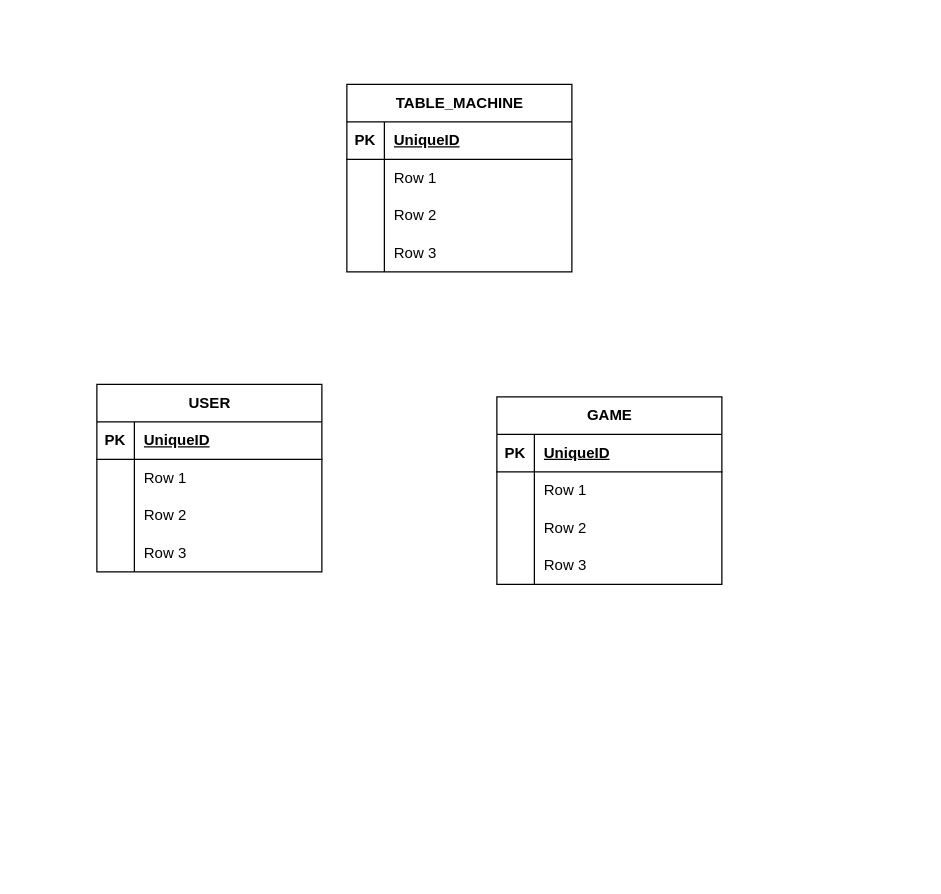
Before: docs/CasinoDB.drawio in drussillo/CasinoDB, a draw.io diagram. Source tidied: cells renumbered, new cells numbered last; positions are measured from the earlier drawing's top-left corner, leaving out a move shared by most shapes. Both pictures are drawn from the tidied source at 125%, with x=0, y=0 at pixel (96, 84).
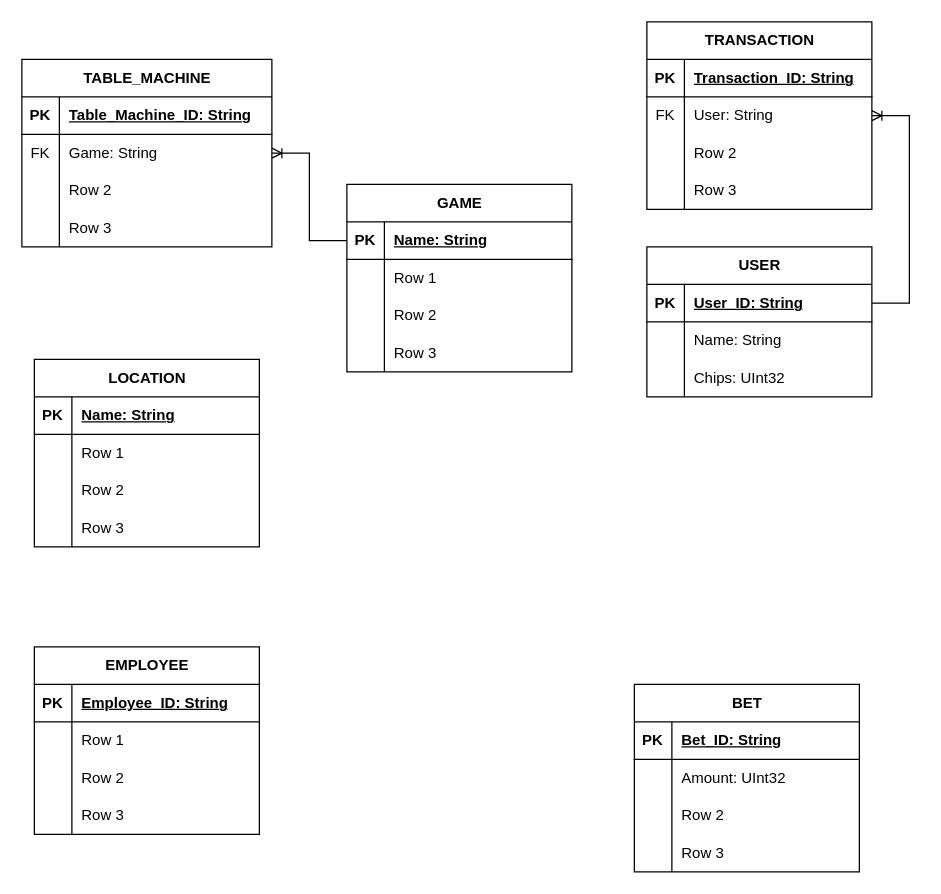
The same diagram, later.

Unchanged cells that the change refers to:
```xml
<mxCell id="3" style="shape=tableRow;horizontal=0;startSize=0;swimlaneHead=0;swimlaneBody=0;fillColor=none;points=[[0,0.5],[1,0.5]];portConstraint=eastwest;top=0;left=0;right=0;bottom=1;" parent="2" vertex="1">
  <mxGeometry y="30" width="180" height="30" as="geometry" />
</mxCell>
<mxCell id="6" style="shape=tableRow;horizontal=0;startSize=0;swimlaneHead=0;swimlaneBody=0;fillColor=none;top=0;left=0;right=0;bottom=0;" parent="2" vertex="1">
  <mxGeometry y="60" width="180" height="30" as="geometry" />
</mxCell>
<mxCell id="9" style="shape=tableRow;horizontal=0;startSize=0;swimlaneHead=0;swimlaneBody=0;fillColor=none;top=0;left=0;right=0;bottom=0;" parent="2" vertex="1">
  <mxGeometry y="90" width="180" height="30" as="geometry" />
</mxCell>
<mxCell id="16" style="shape=tableRow;horizontal=0;startSize=0;swimlaneHead=0;swimlaneBody=0;fillColor=none;points=[[0,0.5],[1,0.5]];portConstraint=eastwest;top=0;left=0;right=0;bottom=1;" parent="15" vertex="1">
  <mxGeometry y="30" width="180" height="30" as="geometry" />
</mxCell>
```

The edit, as a diff of the source:
```diff
@@
     <mxCell id="2" value="USER" style="shape=table;startSize=30;childLayout=tableLayout;rowLines=0;fontStyle=1;align=center;html=1;" parent="1" vertex="1">
-      <mxGeometry y="240" width="180" height="150" as="geometry" />
+      <mxGeometry x="440" y="130" width="180" height="120" as="geometry" />
     </mxCell>
@@
-    <mxCell id="5" value="UniqueID" style="shape=partialRectangle;fillColor=none;top=0;left=0;bottom=0;right=0;align=left;spacingLeft=6;fontStyle=5;overflow=hidden;whiteSpace=wrap;html=1;" parent="3" vertex="1">
+    <mxCell id="5" value="User_ID: String" style="shape=partialRectangle;fillColor=none;top=0;left=0;bottom=0;right=0;align=left;spacingLeft=6;fontStyle=5;overflow=hidden;whiteSpace=wrap;html=1;" parent="3" vertex="1">
       <mxGeometry x="30" width="150" height="30" as="geometry" />
     </mxCell>
@@
-    <mxCell id="8" value="Row 1" style="shape=partialRectangle;fillColor=none;top=0;left=0;bottom=0;right=0;align=left;spacingLeft=6;overflow=hidden;whiteSpace=wrap;html=1;" parent="6" vertex="1">
+    <mxCell id="8" value="Name: String" style="shape=partialRectangle;fillColor=none;top=0;left=0;bottom=0;right=0;align=left;spacingLeft=6;overflow=hidden;whiteSpace=wrap;html=1;" parent="6" vertex="1">
       <mxGeometry x="30" width="150" height="30" as="geometry" />
     </mxCell>
@@
-    <mxCell id="11" value="Row 2" style="shape=partialRectangle;fillColor=none;top=0;left=0;bottom=0;right=0;align=left;spacingLeft=6;overflow=hidden;whiteSpace=wrap;html=1;" parent="9" vertex="1">
+    <mxCell id="11" value="Chips: UInt32" style="shape=partialRectangle;fillColor=none;top=0;left=0;bottom=0;right=0;align=left;spacingLeft=6;overflow=hidden;whiteSpace=wrap;html=1;" parent="9" vertex="1">
       <mxGeometry x="30" width="150" height="30" as="geometry" />
     </mxCell>
-    <mxCell id="12" style="shape=tableRow;horizontal=0;startSize=0;swimlaneHead=0;swimlaneBody=0;fillColor=none;top=0;left=0;right=0;bottom=0;" parent="2" vertex="1">
-      <mxGeometry y="120" width="180" height="30" as="geometry" />
-    </mxCell>
-    <mxCell id="13" style="shape=partialRectangle;fillColor=none;top=0;left=0;bottom=0;right=0;overflow=hidden;whiteSpace=wrap;html=1;" parent="12" vertex="1">
-      <mxGeometry width="30" height="30" as="geometry" />
-    </mxCell>
-    <mxCell id="14" value="Row 3" style="shape=partialRectangle;fillColor=none;top=0;left=0;bottom=0;right=0;align=left;spacingLeft=6;overflow=hidden;whiteSpace=wrap;html=1;" parent="12" vertex="1">
-      <mxGeometry x="30" width="150" height="30" as="geometry" />
-    </mxCell>
     <mxCell id="15" value="GAME" style="shape=table;startSize=30;childLayout=tableLayout;rowLines=0;fontStyle=1;align=center;html=1;" parent="1" vertex="1">
-      <mxGeometry x="320" y="250" width="180" height="150" as="geometry" />
+      <mxGeometry x="200" y="80" width="180" height="150" as="geometry" />
     </mxCell>
@@
-    <mxCell id="18" value="UniqueID" style="shape=partialRectangle;fillColor=none;top=0;left=0;bottom=0;right=0;align=left;spacingLeft=6;fontStyle=5;overflow=hidden;whiteSpace=wrap;html=1;" parent="16" vertex="1">
+    <mxCell id="18" value="Name: String" style="shape=partialRectangle;fillColor=none;top=0;left=0;bottom=0;right=0;align=left;spacingLeft=6;fontStyle=5;overflow=hidden;whiteSpace=wrap;html=1;" parent="16" vertex="1">
       <mxGeometry x="30" width="150" height="30" as="geometry" />
     </mxCell>
@@
     <mxCell id="28" value="TABLE_MACHINE" style="shape=table;startSize=30;childLayout=tableLayout;rowLines=0;fontStyle=1;align=center;html=1;" parent="1" vertex="1">
-      <mxGeometry x="200" width="180" height="150" as="geometry" />
+      <mxGeometry x="-60" y="-20" width="200" height="150" as="geometry" />
     </mxCell>
     <mxCell id="29" style="shape=tableRow;horizontal=0;startSize=0;swimlaneHead=0;swimlaneBody=0;fillColor=none;top=0;left=0;right=0;bottom=1;" parent="28" vertex="1">
-      <mxGeometry y="30" width="180" height="30" as="geometry" />
+      <mxGeometry y="30" width="200" height="30" as="geometry" />
     </mxCell>
@@
-    <mxCell id="31" value="UniqueID" style="shape=partialRectangle;fillColor=none;top=0;left=0;bottom=0;right=0;align=left;spacingLeft=6;fontStyle=5;overflow=hidden;whiteSpace=wrap;html=1;" parent="29" vertex="1">
-      <mxGeometry x="30" width="150" height="30" as="geometry" />
+    <mxCell id="31" value="Table_Machine_ID: String" style="shape=partialRectangle;fillColor=none;top=0;left=0;bottom=0;right=0;align=left;spacingLeft=6;fontStyle=5;overflow=hidden;whiteSpace=wrap;html=1;" parent="29" vertex="1">
+      <mxGeometry x="30" width="170" height="30" as="geometry" />
     </mxCell>
     <mxCell id="32" style="shape=tableRow;horizontal=0;startSize=0;swimlaneHead=0;swimlaneBody=0;fillColor=none;points=[[0,0.5],[1,0.5]];portConstraint=eastwest;top=0;left=0;right=0;bottom=0;" parent="28" vertex="1">
-      <mxGeometry y="60" width="180" height="30" as="geometry" />
+      <mxGeometry y="60" width="200" height="30" as="geometry" />
     </mxCell>
-    <mxCell id="33" style="shape=partialRectangle;fillColor=none;top=0;left=0;bottom=0;right=0;overflow=hidden;whiteSpace=wrap;html=1;" parent="32" vertex="1">
+    <mxCell id="33" value="FK" style="shape=partialRectangle;fillColor=none;top=0;left=0;bottom=0;right=0;overflow=hidden;whiteSpace=wrap;html=1;" parent="32" vertex="1">
       <mxGeometry width="30" height="30" as="geometry" />
     </mxCell>
-    <mxCell id="34" value="Row 1" style="shape=partialRectangle;fillColor=none;top=0;left=0;bottom=0;right=0;align=left;spacingLeft=6;overflow=hidden;whiteSpace=wrap;html=1;" parent="32" vertex="1">
-      <mxGeometry x="30" width="150" height="30" as="geometry" />
+    <mxCell id="34" value="Game: String" style="shape=partialRectangle;fillColor=none;top=0;left=0;bottom=0;right=0;align=left;spacingLeft=6;overflow=hidden;whiteSpace=wrap;html=1;" parent="32" vertex="1">
+      <mxGeometry x="30" width="170" height="30" as="geometry" />
     </mxCell>
     <mxCell id="35" style="shape=tableRow;horizontal=0;startSize=0;swimlaneHead=0;swimlaneBody=0;fillColor=none;top=0;left=0;right=0;bottom=0;" parent="28" vertex="1">
-      <mxGeometry y="90" width="180" height="30" as="geometry" />
+      <mxGeometry y="90" width="200" height="30" as="geometry" />
     </mxCell>
@@
     <mxCell id="37" value="Row 2" style="shape=partialRectangle;fillColor=none;top=0;left=0;bottom=0;right=0;align=left;spacingLeft=6;overflow=hidden;whiteSpace=wrap;html=1;" parent="35" vertex="1">
-      <mxGeometry x="30" width="150" height="30" as="geometry" />
+      <mxGeometry x="30" width="170" height="30" as="geometry" />
     </mxCell>
     <mxCell id="38" style="shape=tableRow;horizontal=0;startSize=0;swimlaneHead=0;swimlaneBody=0;fillColor=none;top=0;left=0;right=0;bottom=0;" parent="28" vertex="1">
-      <mxGeometry y="120" width="180" height="30" as="geometry" />
+      <mxGeometry y="120" width="200" height="30" as="geometry" />
     </mxCell>
@@
     <mxCell id="40" value="Row 3" style="shape=partialRectangle;fillColor=none;top=0;left=0;bottom=0;right=0;align=left;spacingLeft=6;overflow=hidden;whiteSpace=wrap;html=1;" parent="38" vertex="1">
-      <mxGeometry x="30" width="150" height="30" as="geometry" />
+      <mxGeometry x="30" width="170" height="30" as="geometry" />
     </mxCell>
+    <mxCell id="41" value="LOCATION" style="shape=table;startSize=30;childLayout=tableLayout;rowLines=0;fontStyle=1;align=center;html=1;" parent="1" vertex="1">
+      <mxGeometry x="-50" y="220" width="180" height="150" as="geometry" />
+    </mxCell>
+    <mxCell id="42" style="shape=tableRow;horizontal=0;startSize=0;swimlaneHead=0;swimlaneBody=0;fillColor=none;top=0;left=0;right=0;bottom=1;" parent="41" vertex="1">
+      <mxGeometry y="30" width="180" height="30" as="geometry" />
+    </mxCell>
+    <mxCell id="43" value="PK" style="shape=partialRectangle;fillColor=none;top=0;left=0;bottom=0;right=0;fontStyle=1;overflow=hidden;whiteSpace=wrap;html=1;" parent="42" vertex="1">
+      <mxGeometry width="30" height="30" as="geometry" />
+    </mxCell>
+    <mxCell id="44" value="Name: String" style="shape=partialRectangle;fillColor=none;top=0;left=0;bottom=0;right=0;align=left;spacingLeft=6;fontStyle=5;overflow=hidden;whiteSpace=wrap;html=1;" parent="42" vertex="1">
+      <mxGeometry x="30" width="150" height="30" as="geometry" />
+    </mxCell>
+    <mxCell id="45" style="shape=tableRow;horizontal=0;startSize=0;swimlaneHead=0;swimlaneBody=0;fillColor=none;top=0;left=0;right=0;bottom=0;" parent="41" vertex="1">
+      <mxGeometry y="60" width="180" height="30" as="geometry" />
+    </mxCell>
+    <mxCell id="46" style="shape=partialRectangle;fillColor=none;top=0;left=0;bottom=0;right=0;overflow=hidden;whiteSpace=wrap;html=1;" parent="45" vertex="1">
+      <mxGeometry width="30" height="30" as="geometry" />
+    </mxCell>
+    <mxCell id="47" value="Row 1" style="shape=partialRectangle;fillColor=none;top=0;left=0;bottom=0;right=0;align=left;spacingLeft=6;overflow=hidden;whiteSpace=wrap;html=1;" parent="45" vertex="1">
+      <mxGeometry x="30" width="150" height="30" as="geometry" />
+    </mxCell>
+    <mxCell id="48" style="shape=tableRow;horizontal=0;startSize=0;swimlaneHead=0;swimlaneBody=0;fillColor=none;top=0;left=0;right=0;bottom=0;" parent="41" vertex="1">
+      <mxGeometry y="90" width="180" height="30" as="geometry" />
+    </mxCell>
+    <mxCell id="49" style="shape=partialRectangle;fillColor=none;top=0;left=0;bottom=0;right=0;overflow=hidden;whiteSpace=wrap;html=1;" parent="48" vertex="1">
+      <mxGeometry width="30" height="30" as="geometry" />
+    </mxCell>
+    <mxCell id="50" value="Row 2" style="shape=partialRectangle;fillColor=none;top=0;left=0;bottom=0;right=0;align=left;spacingLeft=6;overflow=hidden;whiteSpace=wrap;html=1;" parent="48" vertex="1">
+      <mxGeometry x="30" width="150" height="30" as="geometry" />
+    </mxCell>
+    <mxCell id="51" style="shape=tableRow;horizontal=0;startSize=0;swimlaneHead=0;swimlaneBody=0;fillColor=none;top=0;left=0;right=0;bottom=0;" parent="41" vertex="1">
+      <mxGeometry y="120" width="180" height="30" as="geometry" />
+    </mxCell>
+    <mxCell id="52" style="shape=partialRectangle;fillColor=none;top=0;left=0;bottom=0;right=0;overflow=hidden;whiteSpace=wrap;html=1;" parent="51" vertex="1">
+      <mxGeometry width="30" height="30" as="geometry" />
+    </mxCell>
+    <mxCell id="53" value="Row 3" style="shape=partialRectangle;fillColor=none;top=0;left=0;bottom=0;right=0;align=left;spacingLeft=6;overflow=hidden;whiteSpace=wrap;html=1;" parent="51" vertex="1">
+      <mxGeometry x="30" width="150" height="30" as="geometry" />
+    </mxCell>
+    <mxCell id="54" value="EMPLOYEE" style="shape=table;startSize=30;childLayout=tableLayout;rowLines=0;fontStyle=1;align=center;html=1;" parent="1" vertex="1">
+      <mxGeometry x="-50" y="450" width="180" height="150" as="geometry" />
+    </mxCell>
+    <mxCell id="55" style="shape=tableRow;horizontal=0;startSize=0;swimlaneHead=0;swimlaneBody=0;fillColor=none;top=0;left=0;right=0;bottom=1;" parent="54" vertex="1">
+      <mxGeometry y="30" width="180" height="30" as="geometry" />
+    </mxCell>
+    <mxCell id="56" value="PK" style="shape=partialRectangle;fillColor=none;top=0;left=0;bottom=0;right=0;fontStyle=1;overflow=hidden;whiteSpace=wrap;html=1;" parent="55" vertex="1">
+      <mxGeometry width="30" height="30" as="geometry" />
+    </mxCell>
+    <mxCell id="57" value="Employee_ID: String" style="shape=partialRectangle;fillColor=none;top=0;left=0;bottom=0;right=0;align=left;spacingLeft=6;fontStyle=5;overflow=hidden;whiteSpace=wrap;html=1;" parent="55" vertex="1">
+      <mxGeometry x="30" width="150" height="30" as="geometry" />
+    </mxCell>
+    <mxCell id="58" style="shape=tableRow;horizontal=0;startSize=0;swimlaneHead=0;swimlaneBody=0;fillColor=none;top=0;left=0;right=0;bottom=0;" parent="54" vertex="1">
+      <mxGeometry y="60" width="180" height="30" as="geometry" />
+    </mxCell>
+    <mxCell id="59" style="shape=partialRectangle;fillColor=none;top=0;left=0;bottom=0;right=0;overflow=hidden;whiteSpace=wrap;html=1;" parent="58" vertex="1">
+      <mxGeometry width="30" height="30" as="geometry" />
+    </mxCell>
+    <mxCell id="60" value="Row 1" style="shape=partialRectangle;fillColor=none;top=0;left=0;bottom=0;right=0;align=left;spacingLeft=6;overflow=hidden;whiteSpace=wrap;html=1;" parent="58" vertex="1">
+      <mxGeometry x="30" width="150" height="30" as="geometry" />
+    </mxCell>
+    <mxCell id="61" style="shape=tableRow;horizontal=0;startSize=0;swimlaneHead=0;swimlaneBody=0;fillColor=none;top=0;left=0;right=0;bottom=0;" parent="54" vertex="1">
+      <mxGeometry y="90" width="180" height="30" as="geometry" />
+    </mxCell>
+    <mxCell id="62" style="shape=partialRectangle;fillColor=none;top=0;left=0;bottom=0;right=0;overflow=hidden;whiteSpace=wrap;html=1;" parent="61" vertex="1">
+      <mxGeometry width="30" height="30" as="geometry" />
+    </mxCell>
+    <mxCell id="63" value="Row 2" style="shape=partialRectangle;fillColor=none;top=0;left=0;bottom=0;right=0;align=left;spacingLeft=6;overflow=hidden;whiteSpace=wrap;html=1;" parent="61" vertex="1">
+      <mxGeometry x="30" width="150" height="30" as="geometry" />
+    </mxCell>
+    <mxCell id="64" style="shape=tableRow;horizontal=0;startSize=0;swimlaneHead=0;swimlaneBody=0;fillColor=none;top=0;left=0;right=0;bottom=0;" parent="54" vertex="1">
+      <mxGeometry y="120" width="180" height="30" as="geometry" />
+    </mxCell>
+    <mxCell id="65" style="shape=partialRectangle;fillColor=none;top=0;left=0;bottom=0;right=0;overflow=hidden;whiteSpace=wrap;html=1;" parent="64" vertex="1">
+      <mxGeometry width="30" height="30" as="geometry" />
+    </mxCell>
+    <mxCell id="66" value="Row 3" style="shape=partialRectangle;fillColor=none;top=0;left=0;bottom=0;right=0;align=left;spacingLeft=6;overflow=hidden;whiteSpace=wrap;html=1;" parent="64" vertex="1">
+      <mxGeometry x="30" width="150" height="30" as="geometry" />
+    </mxCell>
+    <mxCell id="67" value="BET" style="shape=table;startSize=30;childLayout=tableLayout;rowLines=0;fontStyle=1;align=center;html=1;" parent="1" vertex="1">
+      <mxGeometry x="430" y="480" width="180" height="150" as="geometry" />
+    </mxCell>
+    <mxCell id="68" style="shape=tableRow;horizontal=0;startSize=0;swimlaneHead=0;swimlaneBody=0;fillColor=none;top=0;left=0;right=0;bottom=1;" parent="67" vertex="1">
+      <mxGeometry y="30" width="180" height="30" as="geometry" />
+    </mxCell>
+    <mxCell id="69" value="PK" style="shape=partialRectangle;fillColor=none;top=0;left=0;bottom=0;right=0;fontStyle=1;overflow=hidden;whiteSpace=wrap;html=1;" parent="68" vertex="1">
+      <mxGeometry width="30" height="30" as="geometry" />
+    </mxCell>
+    <mxCell id="70" value="Bet_ID: String" style="shape=partialRectangle;fillColor=none;top=0;left=0;bottom=0;right=0;align=left;spacingLeft=6;fontStyle=5;overflow=hidden;whiteSpace=wrap;html=1;" parent="68" vertex="1">
+      <mxGeometry x="30" width="150" height="30" as="geometry" />
+    </mxCell>
+    <mxCell id="71" style="shape=tableRow;horizontal=0;startSize=0;swimlaneHead=0;swimlaneBody=0;fillColor=none;top=0;left=0;right=0;bottom=0;" parent="67" vertex="1">
+      <mxGeometry y="60" width="180" height="30" as="geometry" />
+    </mxCell>
+    <mxCell id="72" style="shape=partialRectangle;fillColor=none;top=0;left=0;bottom=0;right=0;overflow=hidden;whiteSpace=wrap;html=1;" parent="71" vertex="1">
+      <mxGeometry width="30" height="30" as="geometry" />
+    </mxCell>
+    <mxCell id="73" value="Amount: UInt32" style="shape=partialRectangle;fillColor=none;top=0;left=0;bottom=0;right=0;align=left;spacingLeft=6;overflow=hidden;whiteSpace=wrap;html=1;" parent="71" vertex="1">
+      <mxGeometry x="30" width="150" height="30" as="geometry" />
+    </mxCell>
+    <mxCell id="74" style="shape=tableRow;horizontal=0;startSize=0;swimlaneHead=0;swimlaneBody=0;fillColor=none;top=0;left=0;right=0;bottom=0;" parent="67" vertex="1">
+      <mxGeometry y="90" width="180" height="30" as="geometry" />
+    </mxCell>
+    <mxCell id="75" style="shape=partialRectangle;fillColor=none;top=0;left=0;bottom=0;right=0;overflow=hidden;whiteSpace=wrap;html=1;" parent="74" vertex="1">
+      <mxGeometry width="30" height="30" as="geometry" />
+    </mxCell>
+    <mxCell id="76" value="Row 2" style="shape=partialRectangle;fillColor=none;top=0;left=0;bottom=0;right=0;align=left;spacingLeft=6;overflow=hidden;whiteSpace=wrap;html=1;" parent="74" vertex="1">
+      <mxGeometry x="30" width="150" height="30" as="geometry" />
+    </mxCell>
+    <mxCell id="77" style="shape=tableRow;horizontal=0;startSize=0;swimlaneHead=0;swimlaneBody=0;fillColor=none;top=0;left=0;right=0;bottom=0;" parent="67" vertex="1">
+      <mxGeometry y="120" width="180" height="30" as="geometry" />
+    </mxCell>
+    <mxCell id="78" style="shape=partialRectangle;fillColor=none;top=0;left=0;bottom=0;right=0;overflow=hidden;whiteSpace=wrap;html=1;" parent="77" vertex="1">
+      <mxGeometry width="30" height="30" as="geometry" />
+    </mxCell>
+    <mxCell id="79" value="Row 3" style="shape=partialRectangle;fillColor=none;top=0;left=0;bottom=0;right=0;align=left;spacingLeft=6;overflow=hidden;whiteSpace=wrap;html=1;" parent="77" vertex="1">
+      <mxGeometry x="30" width="150" height="30" as="geometry" />
+    </mxCell>
+    <mxCell id="80" value="TRANSACTION" style="shape=table;startSize=30;childLayout=tableLayout;rowLines=0;fontStyle=1;align=center;html=1;" parent="1" vertex="1">
+      <mxGeometry x="440" y="-50" width="180" height="150" as="geometry" />
+    </mxCell>
+    <mxCell id="81" style="shape=tableRow;horizontal=0;startSize=0;swimlaneHead=0;swimlaneBody=0;fillColor=none;top=0;left=0;right=0;bottom=1;" parent="80" vertex="1">
+      <mxGeometry y="30" width="180" height="30" as="geometry" />
+    </mxCell>
+    <mxCell id="82" value="PK" style="shape=partialRectangle;fillColor=none;top=0;left=0;bottom=0;right=0;fontStyle=1;overflow=hidden;whiteSpace=wrap;html=1;" parent="81" vertex="1">
+      <mxGeometry width="30" height="30" as="geometry" />
+    </mxCell>
+    <mxCell id="83" value="Transaction_ID: String" style="shape=partialRectangle;fillColor=none;top=0;left=0;bottom=0;right=0;align=left;spacingLeft=6;fontStyle=5;overflow=hidden;whiteSpace=wrap;html=1;" parent="81" vertex="1">
+      <mxGeometry x="30" width="150" height="30" as="geometry" />
+    </mxCell>
+    <mxCell id="84" style="shape=tableRow;horizontal=0;startSize=0;swimlaneHead=0;swimlaneBody=0;fillColor=none;points=[[0,0.5],[1,0.5]];portConstraint=eastwest;top=0;left=0;right=0;bottom=0;" parent="80" vertex="1">
+      <mxGeometry y="60" width="180" height="30" as="geometry" />
+    </mxCell>
+    <mxCell id="85" value="FK" style="shape=partialRectangle;fillColor=none;top=0;left=0;bottom=0;right=0;overflow=hidden;whiteSpace=wrap;html=1;" parent="84" vertex="1">
+      <mxGeometry width="30" height="30" as="geometry" />
+    </mxCell>
+    <mxCell id="86" value="User: String" style="shape=partialRectangle;fillColor=none;top=0;left=0;bottom=0;right=0;align=left;spacingLeft=6;overflow=hidden;whiteSpace=wrap;html=1;" parent="84" vertex="1">
+      <mxGeometry x="30" width="150" height="30" as="geometry" />
+    </mxCell>
+    <mxCell id="87" style="shape=tableRow;horizontal=0;startSize=0;swimlaneHead=0;swimlaneBody=0;fillColor=none;top=0;left=0;right=0;bottom=0;" parent="80" vertex="1">
+      <mxGeometry y="90" width="180" height="30" as="geometry" />
+    </mxCell>
+    <mxCell id="88" style="shape=partialRectangle;fillColor=none;top=0;left=0;bottom=0;right=0;overflow=hidden;whiteSpace=wrap;html=1;" parent="87" vertex="1">
+      <mxGeometry width="30" height="30" as="geometry" />
+    </mxCell>
+    <mxCell id="89" value="Row 2" style="shape=partialRectangle;fillColor=none;top=0;left=0;bottom=0;right=0;align=left;spacingLeft=6;overflow=hidden;whiteSpace=wrap;html=1;" parent="87" vertex="1">
+      <mxGeometry x="30" width="150" height="30" as="geometry" />
+    </mxCell>
+    <mxCell id="90" style="shape=tableRow;horizontal=0;startSize=0;swimlaneHead=0;swimlaneBody=0;fillColor=none;top=0;left=0;right=0;bottom=0;" parent="80" vertex="1">
+      <mxGeometry y="120" width="180" height="30" as="geometry" />
+    </mxCell>
+    <mxCell id="91" style="shape=partialRectangle;fillColor=none;top=0;left=0;bottom=0;right=0;overflow=hidden;whiteSpace=wrap;html=1;" parent="90" vertex="1">
+      <mxGeometry width="30" height="30" as="geometry" />
+    </mxCell>
+    <mxCell id="92" value="Row 3" style="shape=partialRectangle;fillColor=none;top=0;left=0;bottom=0;right=0;align=left;spacingLeft=6;overflow=hidden;whiteSpace=wrap;html=1;" parent="90" vertex="1">
+      <mxGeometry x="30" width="150" height="30" as="geometry" />
+    </mxCell>
+    <mxCell id="93" style="edgeStyle=entityRelationEdgeStyle;fontSize=12;html=1;endArrow=ERoneToMany;rounded=0;" parent="1" edge="1" source="16" target="32">
+      <mxGeometry relative="1" as="geometry" />
+    </mxCell>
+    <mxCell id="94" style="edgeStyle=entityRelationEdgeStyle;fontSize=12;html=1;endArrow=ERoneToMany;rounded=0;" parent="1" edge="1" source="3" target="84">
+      <mxGeometry relative="1" as="geometry" />
+    </mxCell>
```
